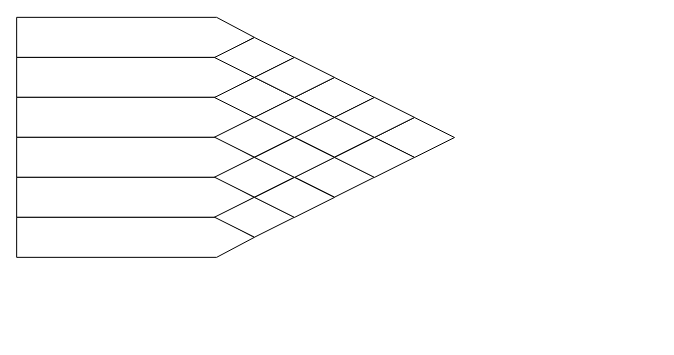
This is REL chart.drawio from rianromad/Image-Storage, a draw.io file, before an edit. Source tidied: cells renumbered, new cells numbered last; positions are measured from the earlier drawing's top-left corner, leaving out a move shared by most shapes. Both pictures are drawn from the tidied source at 100%, with x=0, y=0 at pixel (115, -82).
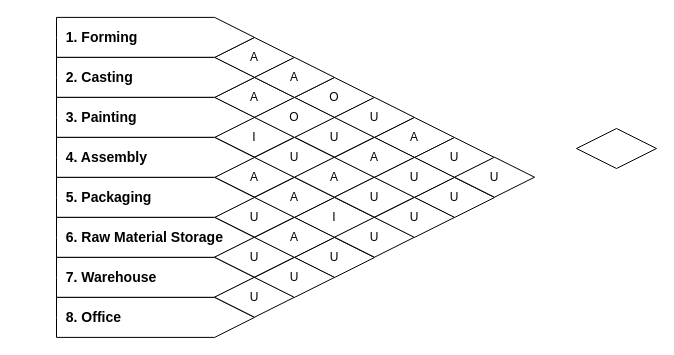
The same diagram, later.

Diff of the diagram source:
```diff
@@
-    <mxCell id="2" style="shape=offPageConnector;whiteSpace=wrap;html=1;rotation=-90;size=0.15870946031211888;" parent="1" vertex="1">
-      <mxGeometry y="40" width="40" height="237.7" as="geometry" />
-    </mxCell>
-    <mxCell id="3" style="shape=offPageConnector;whiteSpace=wrap;html=1;rotation=-90;size=0.15870946031211888;" parent="1" vertex="1">
-      <mxGeometry width="40" height="237.7" as="geometry" />
-    </mxCell>
-    <mxCell id="4" style="shape=offPageConnector;whiteSpace=wrap;html=1;rotation=-90;size=0.15870946031211888;" parent="1" vertex="1">
-      <mxGeometry y="80" width="40" height="237.7" as="geometry" />
-    </mxCell>
-    <mxCell id="5" style="shape=offPageConnector;whiteSpace=wrap;html=1;rotation=-90;size=0.15870946031211888;" parent="1" vertex="1">
-      <mxGeometry y="120" width="40" height="237.7" as="geometry" />
-    </mxCell>
-    <mxCell id="6" style="shape=offPageConnector;whiteSpace=wrap;html=1;rotation=-90;size=0.15870946031211888;" parent="1" vertex="1">
-      <mxGeometry y="160" width="40" height="237.7" as="geometry" />
-    </mxCell>
-    <mxCell id="7" style="shape=offPageConnector;whiteSpace=wrap;html=1;rotation=-90;size=0.15870946031211888;" parent="1" vertex="1">
-      <mxGeometry y="200" width="40" height="237.7" as="geometry" />
-    </mxCell>
-    <mxCell id="8" style="rhombus;whiteSpace=wrap;html=1;" parent="1" vertex="1">
+    <mxCell id="8" value="A" style="rhombus;whiteSpace=wrap;html=1;" parent="1" vertex="1">
       <mxGeometry x="99" y="119" width="80" height="40" as="geometry" />
     </mxCell>
-    <mxCell id="9" style="rhombus;whiteSpace=wrap;html=1;" parent="1" vertex="1">
+    <mxCell id="9" value="A" style="rhombus;whiteSpace=wrap;html=1;" parent="1" vertex="1">
       <mxGeometry x="99" y="159" width="80" height="40" as="geometry" />
     </mxCell>
-    <mxCell id="10" style="rhombus;whiteSpace=wrap;html=1;" parent="1" vertex="1">
+    <mxCell id="10" value="I" style="rhombus;whiteSpace=wrap;html=1;" parent="1" vertex="1">
       <mxGeometry x="99" y="198.7" width="80" height="40" as="geometry" />
     </mxCell>
-    <mxCell id="11" style="rhombus;whiteSpace=wrap;html=1;" parent="1" vertex="1">
+    <mxCell id="11" value="A" style="rhombus;whiteSpace=wrap;html=1;" parent="1" vertex="1">
       <mxGeometry x="99" y="238.7" width="80" height="40" as="geometry" />
     </mxCell>
-    <mxCell id="12" style="rhombus;whiteSpace=wrap;html=1;" parent="1" vertex="1">
+    <mxCell id="12" value="U" style="rhombus;whiteSpace=wrap;html=1;" parent="1" vertex="1">
       <mxGeometry x="99" y="278.7" width="80" height="40" as="geometry" />
     </mxCell>
-    <mxCell id="13" style="rhombus;whiteSpace=wrap;html=1;" parent="1" vertex="1">
-      <mxGeometry x="179" y="238.7" width="80" height="40" as="geometry" />
-    </mxCell>
-    <mxCell id="14" style="rhombus;whiteSpace=wrap;html=1;" parent="1" vertex="1">
+    <mxCell id="14" value="U" style="rhombus;whiteSpace=wrap;html=1;" parent="1" vertex="1">
       <mxGeometry x="179" y="198.7" width="80" height="40" as="geometry" />
     </mxCell>
-    <mxCell id="15" style="rhombus;whiteSpace=wrap;html=1;" parent="1" vertex="1">
+    <mxCell id="15" value="O" style="rhombus;whiteSpace=wrap;html=1;" parent="1" vertex="1">
       <mxGeometry x="179" y="159" width="80" height="40" as="geometry" />
     </mxCell>
-    <mxCell id="16" style="rhombus;whiteSpace=wrap;html=1;" parent="1" vertex="1">
+    <mxCell id="16" value="A" style="rhombus;whiteSpace=wrap;html=1;" parent="1" vertex="1">
       <mxGeometry x="139" y="258.9" width="80" height="40" as="geometry" />
     </mxCell>
-    <mxCell id="17" style="rhombus;whiteSpace=wrap;html=1;" parent="1" vertex="1">
+    <mxCell id="17" value="U" style="rhombus;whiteSpace=wrap;html=1;" parent="1" vertex="1">
       <mxGeometry x="139" y="218.9" width="80" height="40" as="geometry" />
     </mxCell>
-    <mxCell id="18" style="rhombus;whiteSpace=wrap;html=1;" parent="1" vertex="1">
+    <mxCell id="18" value="&lt;div&gt;O&lt;/div&gt;" style="rhombus;whiteSpace=wrap;html=1;" parent="1" vertex="1">
       <mxGeometry x="139" y="178.9" width="80" height="40" as="geometry" />
     </mxCell>
-    <mxCell id="19" style="rhombus;whiteSpace=wrap;html=1;" parent="1" vertex="1">
+    <mxCell id="19" value="A" style="rhombus;whiteSpace=wrap;html=1;" parent="1" vertex="1">
       <mxGeometry x="139" y="138.9" width="80" height="40" as="geometry" />
     </mxCell>
+    <mxCell id="22" value="U" style="rhombus;whiteSpace=wrap;html=1;" parent="1" vertex="1">
+      <mxGeometry x="219" y="178.9" width="80" height="40" as="geometry" />
+    </mxCell>
+    <mxCell id="23" value="&lt;font style=&quot;font-size: 14px&quot;&gt;&lt;b&gt;&lt;span style=&quot;white-space: pre&quot;&gt;  1. Forming&lt;/span&gt;&lt;/b&gt;&lt;/font&gt;" style="html=1;shadow=0;dashed=0;align=left;verticalAlign=middle;shape=mxgraph.arrows2.arrow;dy=0;dx=39.84;notch=0;" parent="1" vertex="1">
+      <mxGeometry x="-59" y="98.9" width="198" height="40" as="geometry" />
+    </mxCell>
+    <mxCell id="24" value="&lt;div align=&quot;left&quot;&gt;&lt;div&gt;&lt;font style=&quot;font-size: 14px&quot;&gt;&lt;b&gt;&lt;span&gt;&amp;nbsp; 2. Casting&lt;/span&gt;&lt;/b&gt;&lt;/font&gt;&lt;br&gt;&lt;/div&gt;&lt;font style=&quot;font-size: 14px&quot;&gt;&lt;b&gt;&lt;span&gt;&lt;/span&gt;&lt;/b&gt;&lt;/font&gt;&lt;/div&gt;" style="html=1;shadow=0;dashed=0;align=left;verticalAlign=middle;shape=mxgraph.arrows2.arrow;dy=0;dx=39.84;notch=0;" parent="1" vertex="1">
+      <mxGeometry x="-59" y="138.9" width="198" height="40" as="geometry" />
+    </mxCell>
+    <mxCell id="25" value="&lt;div align=&quot;left&quot;&gt;&lt;font style=&quot;font-size: 14px&quot;&gt;&lt;b&gt;&lt;span&gt;&amp;nbsp; 3. Painting&lt;/span&gt;&lt;/b&gt;&lt;/font&gt;&lt;br&gt;&lt;font style=&quot;font-size: 14px&quot;&gt;&lt;b&gt;&lt;span&gt;&lt;/span&gt;&lt;/b&gt;&lt;/font&gt;&lt;/div&gt;" style="html=1;shadow=0;dashed=0;align=left;verticalAlign=middle;shape=mxgraph.arrows2.arrow;dy=0;dx=39.84;notch=0;" parent="1" vertex="1">
+      <mxGeometry x="-59" y="178.9" width="198" height="40" as="geometry" />
+    </mxCell>
+    <mxCell id="26" value="&lt;div align=&quot;left&quot;&gt;&lt;font style=&quot;font-size: 14px&quot;&gt;&lt;b&gt;&lt;span&gt;&amp;nbsp; 4. Assembly&lt;/span&gt;&lt;/b&gt;&lt;/font&gt;&lt;br&gt;&lt;font style=&quot;font-size: 14px&quot;&gt;&lt;b&gt;&lt;span&gt;&lt;/span&gt;&lt;/b&gt;&lt;/font&gt;&lt;/div&gt;" style="html=1;shadow=0;dashed=0;align=left;verticalAlign=middle;shape=mxgraph.arrows2.arrow;dy=0;dx=39.84;notch=0;" parent="1" vertex="1">
+      <mxGeometry x="-59" y="218.9" width="198" height="40" as="geometry" />
+    </mxCell>
+    <mxCell id="27" value="&lt;div align=&quot;left&quot;&gt;&lt;font style=&quot;font-size: 14px&quot;&gt;&lt;b&gt;&lt;span&gt;&amp;nbsp; 5. Packaging&lt;/span&gt;&lt;/b&gt;&lt;/font&gt;&lt;br&gt;&lt;font style=&quot;font-size: 14px&quot;&gt;&lt;b&gt;&lt;span&gt;&lt;/span&gt;&lt;/b&gt;&lt;/font&gt;&lt;/div&gt;" style="html=1;shadow=0;dashed=0;align=left;verticalAlign=middle;shape=mxgraph.arrows2.arrow;dy=0;dx=39.84;notch=0;" parent="1" vertex="1">
+      <mxGeometry x="-59" y="258.9" width="198" height="40" as="geometry" />
+    </mxCell>
+    <mxCell id="28" value="&lt;div align=&quot;left&quot;&gt;&lt;font style=&quot;font-size: 14px&quot;&gt;&lt;b&gt;&lt;span&gt;&amp;nbsp; 6. Raw Material Storage&lt;/span&gt;&lt;/b&gt;&lt;/font&gt;&lt;font style=&quot;font-size: 14px&quot;&gt;&lt;b&gt;&lt;span&gt;&lt;/span&gt;&lt;/b&gt;&lt;/font&gt;&lt;/div&gt;" style="html=1;shadow=0;dashed=0;align=left;verticalAlign=middle;shape=mxgraph.arrows2.arrow;dy=0;dx=39.84;notch=0;" parent="1" vertex="1">
+      <mxGeometry x="-59" y="298.9" width="198" height="40" as="geometry" />
+    </mxCell>
+    <mxCell id="29" value="&lt;div align=&quot;left&quot;&gt;&lt;font style=&quot;font-size: 14px&quot;&gt;&lt;b&gt;&lt;span&gt;&amp;nbsp; 7. Warehouse&lt;/span&gt;&lt;/b&gt;&lt;/font&gt;&lt;br&gt;&lt;font style=&quot;font-size: 14px&quot;&gt;&lt;b&gt;&lt;span&gt;&lt;/span&gt;&lt;/b&gt;&lt;/font&gt;&lt;/div&gt;" style="html=1;shadow=0;dashed=0;align=left;verticalAlign=middle;shape=mxgraph.arrows2.arrow;dy=0;dx=39.84;notch=0;" parent="1" vertex="1">
+      <mxGeometry x="-59" y="338.9" width="198" height="40" as="geometry" />
+    </mxCell>
+    <mxCell id="30" value="&lt;div align=&quot;left&quot;&gt;&lt;font style=&quot;font-size: 14px&quot;&gt;&lt;b&gt;&lt;span&gt;&amp;nbsp; 8. Office&lt;/span&gt;&lt;/b&gt;&lt;/font&gt;&lt;br&gt;&lt;font style=&quot;font-size: 14px&quot;&gt;&lt;b&gt;&lt;span&gt;&lt;/span&gt;&lt;/b&gt;&lt;/font&gt;&lt;/div&gt;" style="html=1;shadow=0;dashed=0;align=left;verticalAlign=middle;shape=mxgraph.arrows2.arrow;dy=0;dx=39.84;notch=0;" parent="1" vertex="1">
+      <mxGeometry x="-59" y="378.9" width="198" height="40" as="geometry" />
+    </mxCell>
+    <mxCell id="31" style="group;" parent="1" vertex="1">
+      <mxGeometry x="179" y="199" width="160" height="79.7" as="geometry" />
+    </mxCell>
+    <mxCell id="13" value="A" style="rhombus;whiteSpace=wrap;html=1;" parent="31" vertex="1">
+      <mxGeometry y="39.7" width="80" height="40" as="geometry" />
+    </mxCell>
-    <mxCell id="20" style="rhombus;whiteSpace=wrap;html=1;" parent="1" vertex="1">
-      <mxGeometry x="259" y="199" width="80" height="40" as="geometry" />
+    <mxCell id="20" value="A" style="rhombus;whiteSpace=wrap;html=1;" parent="31" vertex="1">
+      <mxGeometry x="80" width="80" height="40" as="geometry" />
     </mxCell>
-    <mxCell id="21" style="rhombus;whiteSpace=wrap;html=1;" parent="1" vertex="1">
-      <mxGeometry x="219" y="218.9" width="80" height="40" as="geometry" />
+    <mxCell id="21" value="A" style="rhombus;whiteSpace=wrap;html=1;" parent="31" vertex="1">
+      <mxGeometry x="40" y="19.9" width="80" height="40" as="geometry" />
     </mxCell>
-    <mxCell id="22" style="rhombus;whiteSpace=wrap;html=1;" parent="1" vertex="1">
-      <mxGeometry x="219" y="178.9" width="80" height="40" as="geometry" />
-    </mxCell>
+    <mxCell id="32" style="group;" parent="1" vertex="1">
+      <mxGeometry x="99" y="279" width="160" height="79.7" as="geometry" />
+    </mxCell>
+    <mxCell id="33" value="U" style="rhombus;whiteSpace=wrap;html=1;" parent="32" vertex="1">
+      <mxGeometry y="39.7" width="80" height="40" as="geometry" />
+    </mxCell>
+    <mxCell id="34" value="I" style="rhombus;whiteSpace=wrap;html=1;" parent="32" vertex="1">
+      <mxGeometry x="80" width="80" height="40" as="geometry" />
+    </mxCell>
+    <mxCell id="35" value="A" style="rhombus;whiteSpace=wrap;html=1;" parent="32" vertex="1">
+      <mxGeometry x="40" y="19.9" width="80" height="40" as="geometry" />
+    </mxCell>
+    <mxCell id="36" style="group;" parent="1" vertex="1">
+      <mxGeometry x="99" y="319" width="160" height="79.7" as="geometry" />
+    </mxCell>
+    <mxCell id="37" value="U" style="rhombus;whiteSpace=wrap;html=1;" parent="36" vertex="1">
+      <mxGeometry y="39.7" width="80" height="40" as="geometry" />
+    </mxCell>
+    <mxCell id="38" value="U" style="rhombus;whiteSpace=wrap;html=1;" parent="36" vertex="1">
+      <mxGeometry x="80" width="80" height="40" as="geometry" />
+    </mxCell>
+    <mxCell id="39" value="U" style="rhombus;whiteSpace=wrap;html=1;" parent="36" vertex="1">
+      <mxGeometry x="40" y="19.9" width="80" height="40" as="geometry" />
+    </mxCell>
+    <mxCell id="40" style="group;" parent="1" vertex="1">
+      <mxGeometry x="219" y="219" width="160" height="79.7" as="geometry" />
+    </mxCell>
+    <mxCell id="41" value="U" style="rhombus;whiteSpace=wrap;html=1;" parent="40" vertex="1">
+      <mxGeometry y="39.7" width="80" height="40" as="geometry" />
+    </mxCell>
+    <mxCell id="42" value="U" style="rhombus;whiteSpace=wrap;html=1;" parent="40" vertex="1">
+      <mxGeometry x="80" width="80" height="40" as="geometry" />
+    </mxCell>
+    <mxCell id="43" value="U" style="rhombus;whiteSpace=wrap;html=1;" parent="40" vertex="1">
+      <mxGeometry x="40" y="19.9" width="80" height="40" as="geometry" />
+    </mxCell>
+    <mxCell id="44" value="U" style="rhombus;whiteSpace=wrap;html=1;" parent="1" vertex="1">
+      <mxGeometry x="219" y="298.7" width="80" height="40" as="geometry" />
+    </mxCell>
+    <mxCell id="45" value="U" style="rhombus;whiteSpace=wrap;html=1;" parent="1" vertex="1">
+      <mxGeometry x="299" y="259" width="80" height="40" as="geometry" />
+    </mxCell>
+    <mxCell id="46" value="U" style="rhombus;whiteSpace=wrap;html=1;" parent="1" vertex="1">
+      <mxGeometry x="259" y="278.9" width="80" height="40" as="geometry" />
+    </mxCell>
+    <mxCell id="47" value="U" style="rhombus;whiteSpace=wrap;html=1;" parent="1" vertex="1">
+      <mxGeometry x="339" y="238.7" width="80" height="40" as="geometry" />
+    </mxCell>
+    <mxCell id="48" style="rhombus;whiteSpace=wrap;html=1;" parent="1" vertex="1">
+      <mxGeometry x="461" y="210" width="80" height="40" as="geometry" />
+    </mxCell>
```
